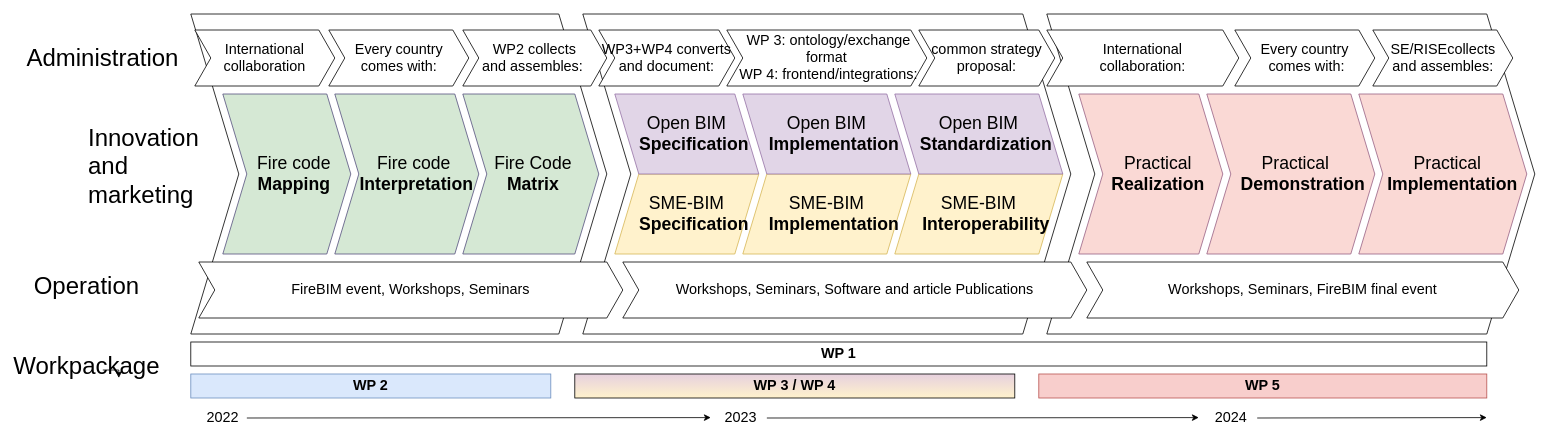
This is diagram/FireBIM.drawio from Kristoffernegendahl/fireBIM, a draw.io file, before an edit. Source tidied: cells renumbered, new cells numbered last; positions are measured from the earlier drawing's top-left corner, leaving out a move shared by most shapes. Both pictures are drawn from the tidied source at 80%, with x=0, y=0 at pixel (70, 14).
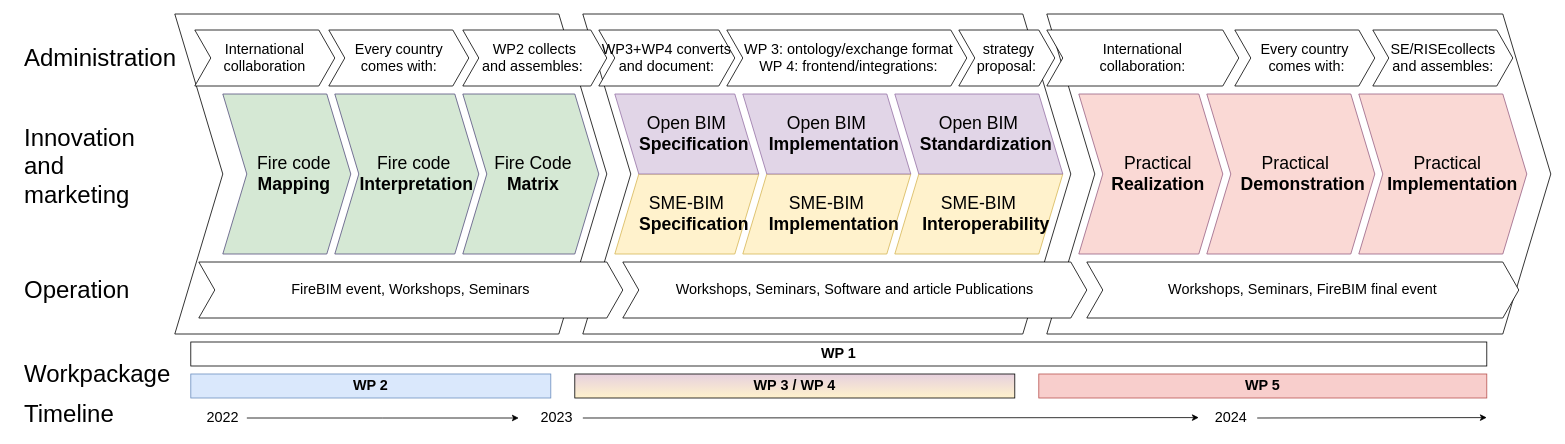
The same diagram, later.

The change refers to these unchanged cells:
```xml
<mxCell id="35" value="&lt;font style=&quot;font-size: 18px&quot;&gt;2022&lt;/font&gt;" style="shape=step;perimeter=stepPerimeter;whiteSpace=wrap;html=1;fixedSize=1;size=20;strokeColor=none;" parent="1" vertex="1">
  <mxGeometry x="160" y="490" width="60" height="30" as="geometry" />
</mxCell>
```

Diff of the diagram source:
```diff
@@
     <mxCell id="5" style="shape=step;perimeter=stepPerimeter;whiteSpace=wrap;html=1;fixedSize=1;size=60;" parent="1" vertex="1">
-      <mxGeometry x="150" width="520" height="400" as="geometry" />
+      <mxGeometry x="130" width="540" height="400" as="geometry" />
     </mxCell>
@@
     <mxCell id="9" style="shape=step;perimeter=stepPerimeter;whiteSpace=wrap;html=1;fixedSize=1;size=60;" parent="1" vertex="1">
-      <mxGeometry x="1220" width="610" height="400" as="geometry" />
+      <mxGeometry x="1220" width="630" height="400" as="geometry" />
     </mxCell>
@@
     <mxCell id="20" value="&lt;font style=&quot;font-size: 18px&quot;&gt;&amp;nbsp;WP 3: ontology/exchange format&lt;br&gt;&amp;nbsp;WP 4: frontend/integrations:&lt;/font&gt;" style="shape=step;perimeter=stepPerimeter;whiteSpace=wrap;html=1;fixedSize=1;size=20;" parent="1" vertex="1">
-      <mxGeometry x="820" y="20" width="250" height="70" as="geometry" />
+      <mxGeometry x="820" y="20" width="300" height="70" as="geometry" />
     </mxCell>
-    <mxCell id="21" value="&lt;font style=&quot;font-size: 18px&quot;&gt;common strategy proposal:&lt;/font&gt;" style="shape=step;perimeter=stepPerimeter;whiteSpace=wrap;html=1;fixedSize=1;size=20;" parent="1" vertex="1">
-      <mxGeometry x="1060" y="20" width="170" height="70" as="geometry" />
+    <mxCell id="21" value="&lt;font style=&quot;font-size: 18px&quot;&gt;&amp;nbsp;strategy proposal:&lt;/font&gt;" style="shape=step;perimeter=stepPerimeter;whiteSpace=wrap;html=1;fixedSize=1;size=20;" parent="1" vertex="1">
+      <mxGeometry x="1110" y="20" width="120" height="70" as="geometry" />
     </mxCell>
@@
-    <mxCell id="25" value="&lt;font style=&quot;font-size: 30px&quot;&gt;Administration&lt;/font&gt;" style="text;html=1;strokeColor=none;fillColor=none;align=center;verticalAlign=middle;whiteSpace=wrap;rounded=0;" parent="1" vertex="1">
-      <mxGeometry x="20" y="45" width="40" height="20" as="geometry" />
+    <mxCell id="25" value="&lt;font style=&quot;font-size: 30px&quot;&gt;Administration&lt;/font&gt;" style="text;html=1;strokeColor=none;fillColor=none;align=left;verticalAlign=middle;whiteSpace=wrap;rounded=0;" parent="1" vertex="1">
+      <mxGeometry x="-60" y="45" width="40" height="20" as="geometry" />
     </mxCell>
     <mxCell id="26" value="&lt;div&gt;&lt;span style=&quot;font-size: 30px&quot;&gt;Innovation and marketing&lt;/span&gt;&lt;/div&gt;" style="text;html=1;strokeColor=none;fillColor=none;align=left;verticalAlign=middle;whiteSpace=wrap;rounded=0;" parent="1" vertex="1">
-      <mxGeometry x="20" y="180" width="40" height="20" as="geometry" />
+      <mxGeometry x="-60" y="180" width="40" height="20" as="geometry" />
     </mxCell>
-    <mxCell id="27" value="&lt;font style=&quot;font-size: 30px&quot;&gt;Operation&lt;/font&gt;" style="text;html=1;strokeColor=none;fillColor=none;align=center;verticalAlign=middle;whiteSpace=wrap;rounded=0;" parent="1" vertex="1">
-      <mxGeometry y="330" width="40" height="20" as="geometry" />
+    <mxCell id="27" value="&lt;font style=&quot;font-size: 30px&quot;&gt;Operation&lt;/font&gt;" style="text;html=1;strokeColor=none;fillColor=none;align=left;verticalAlign=middle;whiteSpace=wrap;rounded=0;" parent="1" vertex="1">
+      <mxGeometry x="-60" y="335" width="40" height="20" as="geometry" />
     </mxCell>
@@
-    <mxCell id="32" style="edgeStyle=orthogonalEdgeStyle;rounded=0;jettySize=auto;html=1;exitX=1;exitY=0.75;exitDx=0;exitDy=0;" parent="1" edge="1" source="33">
-      <mxGeometry relative="1" as="geometry">
-        <mxPoint x="60" y="455" as="targetPoint" />
-      </mxGeometry>
-    </mxCell>
-    <mxCell id="33" value="&lt;font style=&quot;font-size: 30px&quot;&gt;Workpackage&lt;/font&gt;" style="text;html=1;strokeColor=none;fillColor=none;align=center;verticalAlign=middle;whiteSpace=wrap;rounded=0;" parent="1" vertex="1">
-      <mxGeometry y="430" width="40" height="20" as="geometry" />
-    </mxCell>
     <mxCell id="34" style="edgeStyle=orthogonalEdgeStyle;rounded=0;jettySize=auto;html=1;exitX=1;exitY=0.5;exitDx=0;exitDy=0;" parent="1" edge="1" source="35">
       <mxGeometry relative="1" as="geometry">
-        <mxPoint x="800" y="504.5" as="targetPoint" />
+        <mxPoint x="560" y="505" as="targetPoint" />
       </mxGeometry>
     </mxCell>
@@
     <mxCell id="37" value="&lt;font style=&quot;font-size: 18px&quot;&gt;2023&lt;/font&gt;" style="shape=step;perimeter=stepPerimeter;whiteSpace=wrap;html=1;fixedSize=1;size=20;strokeColor=none;" parent="1" vertex="1">
-      <mxGeometry x="805" y="490" width="65" height="30" as="geometry" />
+      <mxGeometry x="575" y="490" width="65" height="30" as="geometry" />
     </mxCell>
@@
+    <mxCell id="33" value="&lt;font style=&quot;font-size: 30px&quot;&gt;Workpackage&lt;/font&gt;" style="text;html=1;strokeColor=none;fillColor=none;align=left;verticalAlign=middle;whiteSpace=wrap;rounded=0;" parent="1" vertex="1">
+      <mxGeometry x="-60" y="440" width="40" height="20" as="geometry" />
+    </mxCell>
+    <mxCell id="44" value="&lt;font style=&quot;font-size: 30px&quot;&gt;Timeline&lt;/font&gt;" style="text;html=1;strokeColor=none;fillColor=none;align=left;verticalAlign=middle;whiteSpace=wrap;rounded=0;" parent="1" vertex="1">
+      <mxGeometry x="-60" y="490" width="40" height="20" as="geometry" />
+    </mxCell>
```
